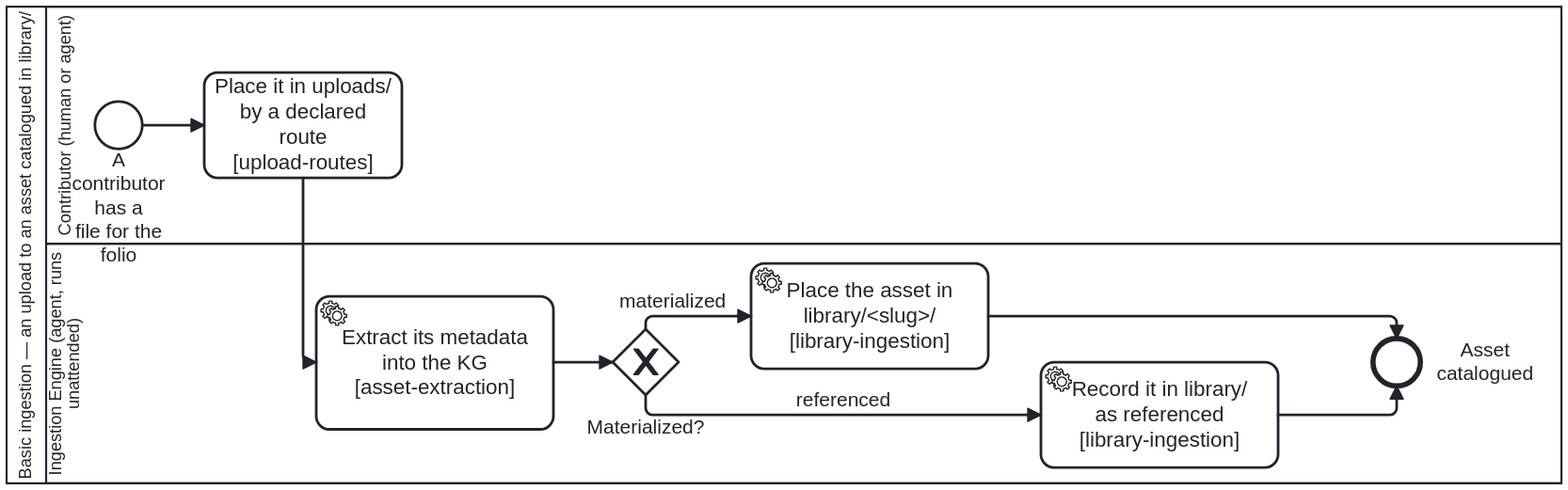
This is docs/assets/img/workflows/document-ingestion.svg from litlfred/cat-harness, a BPMN export, as it was before one commit. Its source is kept beside it as processes/library/document-ingestion.bpmn. Ids are renumbered. Source of this version:
```xml
<!--
  folio-assistant — Basic ingestion — an upload to an asset catalogued in library/.

  Source of truth: this file. Open it in bpmn.io, Camunda Modeler, or any other
  BPMN 2.0 tool. The SVG under docs/assets/img/workflows/ is generated from it
  by `bun run cat render:bpmn` — never hand-edit the SVG.

  The <bootstrap.processes:skill> extension on an activity names the folio-assistant skill
  that implements it; <cat-harness.processes:bean> marks a step that reads or writes the shared
  work plan in beans/.
-->
<bpmn:definitions xmlns:bpmn="http://www.omg.org/spec/BPMN/20100524/MODEL"
                  xmlns:bpmndi="http://www.omg.org/spec/BPMN/20100524/DI"
                  xmlns:dc="http://www.omg.org/spec/DD/20100524/DC"
                  xmlns:di="http://www.omg.org/spec/DD/20100524/DI"
                  xmlns:bootstrap.processes="https://litlfred.github.io/bootstrap/v0/processes/ns#"
                  xmlns:cat-harness.processes="https://litlfred.github.io/cat-harness/v0/processes/ns#"
                  id="Definitions_Ingestion"
                  targetNamespace="https://litlfred.github.io/folio-assistant/workflows"
                  exporter="folio-assistant" exporterVersion="1">
  <bpmn:import namespace="https://litlfred.github.io/bootstrap/v0/processes/ns#" location="https://litlfred.github.io/bootstrap/v0/processes/ns.jsonld" importType="http://www.w3.org/ns/json-ld"/>
  <bpmn:resource id="ingestion-agent" name="Ingestion engine"/>
  <bpmn:resource id="user" name="User"/>
  <bpmn:collaboration id="Collaboration_Ingestion">
    <bpmn:participant id="Participant_Ingestion" name="Basic ingestion — an upload to an asset catalogued in library/" processRef="Process_Ingestion" />
  </bpmn:collaboration>
  <bpmn:process id="Process_Ingestion" name="Basic ingestion — an upload to an asset catalogued in library/" isExecutable="false">
    <bpmn:documentation>Accepts an upload, records its extracted metadata in the knowledge graph, and catalogues the asset in `library/` — held if materialized, referenced if not. folio-assistant — Basic ingestion — an upload to an asset catalogued in library/.

  Source of truth: this file. Open it in bpmn.io, Camunda Modeler, or any other
  BPMN 2.0 tool. The SVG under docs/assets/img/workflows/ is generated from it
  by `bun run cat render:bpmn` — never hand-edit the SVG.

  The &lt;bootstrap.processes:skill&gt; extension on an activity names the folio-assistant skill
  that implements it; &lt;cat-harness.processes:bean&gt; marks a step that reads or writes the shared
  work plan in beans/.

REWRITTEN AS THE BASIC FLOW in placement PR6 (bean `apcg`; owner ruling 3, 2026-09-30): "only basic doc ingestion high level workflow in cat-harness. very little process context assumed. just that the uploaded asset has extracted metadata inserted into KG and asset in library/ (if materialized)." Accept, extract the metadata into the KG, ask whether the asset is materialized, place it in library/&lt;slug&gt;/. It calls NO subprocess and makes no content-type decision.

THE ID `Process_Ingestion` IS KEPT ON PURPOSE: `methodology-from-source.bpmn`'s Call_Ingest names it, and so does every higher-layer process that refines this flow. Refinement is by INVERSION — a refining process calls this one as its first step and continues with its own work; nothing here names a refinement, because the corpus has no BPMN extension point and a harness diagram naming a higher one would be an upward edge. The document pipeline that used to be this diagram's body (rungs, the four ingest phases, the L1 completeness gate, promotion, the summary queue) is such a refinement now, in the layer above.</bpmn:documentation>
    <bpmn:extensionElements>
      <cat-harness.processes:policy enforcement="advisory" />
    </bpmn:extensionElements>
    <bpmn:laneSet id="Process_Ingestion_LaneSet">
      <bpmn:lane id="Lane_0" name="Contributor (human or agent)" partitionElementRef="user">
        <bpmn:documentation>Whoever puts the file in the queue. UNDOCUMENTED UNTIL 2026-09-30, and legitimately so until then: the lane held nothing but a start event, and a lane with no activity has no performer to describe. Task_Place gave it one.

"HUMAN OR AGENT" IS A MEASUREMENT, NOT A HEDGE. Over this repository's own history both have stood here: files have reached a queue in commits authored by `Carl Leitner` (including 16 made through the forge's web form, committer `GitHub`) and in commits authored by `Claude`. That is why Task_Place is a plain `bpmn:task` rather than a `userTask` — asserting a human performs it would contradict the lane's own role graph, which is what `activity-fulfilment-kind` exists to catch.

WHAT THE LANE IS ACCOUNTABLE FOR, and where it ends. Choosing a route, writing the bytes into the DECLARED queue of the instance that will own them, and discharging afterwards whatever that route could not — the web form has no working tree, so no pre-commit hook and no generator runs on it. The lane does NOT ingest and does not clean the queue: it hands over, and Lane_1 takes it from there. `upload-routes` carries the routes and their obligations.</bpmn:documentation>
        <bpmn:flowNodeRef>StartEvent_Dropped</bpmn:flowNodeRef>
        <bpmn:flowNodeRef>Task_Place</bpmn:flowNodeRef>
      </bpmn:lane>
      <bpmn:lane id="Lane_1" name="Ingestion Engine (agent, runs unattended)" partitionElementRef="ingestion-agent">
        <bpmn:documentation>Runs the basic flow from the metadata step to the placement in library/, unattended: every decision in it is decidable from the material and its declarations. It asks one question — is the asset materialized? — and that is answered from the materialization state vocabulary (`schemas/kg/materialization-state.ts`, placement PR5), not by judgement. It does NOT choose a reader for the bytes, derive sections or blocks, or describe images: those are a refining process's work, which calls this flow first.

THE FLOW ENDS IN THIS LANE. The asset catalogued in library/ — held, or recorded as referenced — is the terminal state, and every knowledge-graph reference to it resolves through library/ from here; a refining process continues from it rather than being drawn into this one. There is no separate corpus lane: it would hold only the end event, and a lane with no activity has no performer to describe.</bpmn:documentation>
        <bpmn:flowNodeRef>Task_ExtractMetadata</bpmn:flowNodeRef>
        <bpmn:flowNodeRef>Gateway_Materialized</bpmn:flowNodeRef>
        <bpmn:flowNodeRef>Task_PlaceInLibrary</bpmn:flowNodeRef>
        <bpmn:flowNodeRef>Task_CatalogueReference</bpmn:flowNodeRef>
        <bpmn:flowNodeRef>EndEvent_Catalogued</bpmn:flowNodeRef>
      </bpmn:lane>
    </bpmn:laneSet>
    <bpmn:startEvent id="StartEvent_Dropped" name="A contributor has a
file for the folio">
      <bpmn:documentation>ONE OF TWO ENTRY POINTS, and this said "the only" one until 2026-09-20. A drop during an editing session triggers ingestion in the background; the contributor does not wait for it.

THE OTHER is materialization: an asset listed in a remote graph that this instance, or one of its dependencies, declares in `remoteGraphs`. Owner, 2026-09-20: "things can enter library through uploads/ -&gt; library/ document ingestion or through retrieval / materialization of asset known through listed external KG in one of the dependent harnesses."

That path runs materialize-remote.bpmn FIRST -- purpose, then the five gates -- and re-enters at the metadata step with a file that already carries its provenance and its fixity. It does NOT pass through uploads/, and that is deliberate: uploads/ is a queue for things somebody dropped, and a materialized asset was never dropped. Recording it as an upload would lose the one fact that distinguishes the two, which is that somebody decided it could be held.

RENAMED 2026-09-30, and the id is deliberately unchanged. This event was named "A file lands in uploads/" — an ARRIVAL, which is why the owner could say the chain's first link was missing: the process began after the file was already in the queue, so nothing in it modelled, governed or documented how the file got there. Task_Place is that step, and an event named for the arrival could not sit in front of it without contradicting it. The id stays `StartEvent_Dropped` because it is referenced from `skills/library/library-core/content-acquisition.md` and from five translation catalogues, and an id is an identifier rather than a description.</bpmn:documentation>
      <bpmn:outgoing>Flow_i1</bpmn:outgoing>
    </bpmn:startEvent>
    <bpmn:task id="Task_Place" name="Place it in uploads/
by a declared route
[upload-routes]">
      <bpmn:documentation>THE FIRST LINK, and it did not exist until 2026-09-30. Everything downstream of here takes a file that is already in the queue, and both ingest Tools type their first input as "The upload to ingest, under the declared `uploads` graph". So the act of PUTTING it there was performed by three different mechanisms and governed by none of them.

WHAT THIS STEP IS. The basic flow's ACCEPT step: choosing an arrival route, writing the bytes into the declared queue of the instance that will own them, and discharging what that route does not discharge for you. The routes, what each writer owes, and the two that are mechanisms against the one that is a persona are in the `upload-routes` skill; `upload-url` composes the forge URL for the web route from the declaration rather than from a literal, because a hand-written one 404'd.

WHY A PLAIN `bpmn:task` AND NOT A `userTask`. A `userTask` asserts a human performs it, and this lane is named "Contributor (human or agent)" precisely because both do — measured over this repository's own history, files have reached `uploads/` in commits authored by `Carl Leitner` and in commits authored by `Claude`. Asserting human-only here would be the `activity-fulfilment-kind` contradiction written deliberately: the diagram saying one thing and the lane's role graph another. A plain task asserts nothing about the performer, which is the truth.

WHY THE BEAN OP IS `note` AND NOT `claim`. Placing a file claims nothing; it adds to a queue. What it owes the work plan is visibility — three batches of PDFs arrived through the forge's web UI (`c8349950fa5`, `f4ddfc65c8d`, `b8549160bb1`) with no bean, no PR and no note, and the first sibling to notice was a generator going stale. A note against the ingestion bean is what makes the queue's growth something another session can see.</bpmn:documentation>
      <bpmn:extensionElements>
        <bootstrap.processes:skill ref="upload-routes" />
        <cat-harness.processes:bean op="note" />
      </bpmn:extensionElements>
      <bpmn:incoming>Flow_i1</bpmn:incoming>
      <bpmn:outgoing>Flow_i2</bpmn:outgoing>
    </bpmn:task>
    <bpmn:serviceTask id="Task_ExtractMetadata" name="Extract its metadata
into the KG
[asset-extraction]">
      <bpmn:documentation>THE METADATA STEP. What enters the knowledge graph is the asset's INDEX — what it is, how big, what type, when it says it was written — and, for a container, what is in it; its contents do not go in unless somebody asks, with a reason. Owner, 2026-09-20: "make sure you have zip ingestion skills to extract metadata of assets into KG. don't extract contents unless explict ask by user." The tool is `cat-harness-tools/scripts/extract-assets.ts`, writing a `folio-extraction/v1` record (`schemas/content/extraction.ts`, moved down to this layer in placement PR5).

The media type is sniffed from the leading bytes, never taken from the extension.</bpmn:documentation>
      <bpmn:extensionElements>
        <bootstrap.processes:skill ref="asset-extraction" />
      </bpmn:extensionElements>
      <bpmn:incoming>Flow_i2</bpmn:incoming>
      <bpmn:outgoing>Flow_i3</bpmn:outgoing>
    </bpmn:serviceTask>
    <bpmn:exclusiveGateway id="Gateway_Materialized" name="Materialized?">
      <bpmn:documentation>Answered from the materialization state (`schemas/kg/materialization-state.ts`): `materialized` means the bytes are here; `referenced` means we know where they are and hold none. `unknown` is not a third branch here because a node must DECLARE its state — there is no default — and an asset this flow cannot classify is recorded as referenced-with-a-reason rather than placed as if held. Collapsing referenced into materialized is the failure the vocabulary exists to stop: corpus-grep searches library/ only, so a referenced node placed as held reads as present to every consumer.</bpmn:documentation>
      <bpmn:incoming>Flow_i3</bpmn:incoming>
      <bpmn:outgoing>Flow_held</bpmn:outgoing>
      <bpmn:outgoing>Flow_referenced</bpmn:outgoing>
    </bpmn:exclusiveGateway>
    <bpmn:serviceTask id="Task_PlaceInLibrary" name="Place the asset in
library/&lt;slug&gt;/
[library-ingestion]">
      <bpmn:documentation>The materialized branch. The asset lands in library/&lt;slug&gt;/ with its metadata record, its provenance and its fixity. The folder name IS the citation key, so a citation and a directory are the same string.

The upload is then RETIRED, not left and not deleted: it moves to fsh-guts/uploads/ beside a sidecar naming where it came from and when (owner, 2026-09-29), and `check:uploads-retired` finds one that was not. A refining process that derives content from the bytes does so before that retirement; `library-ingestion` carries the rule.</bpmn:documentation>
      <bpmn:extensionElements>
        <bootstrap.processes:skill ref="library-ingestion" />
      </bpmn:extensionElements>
      <bpmn:incoming>Flow_held</bpmn:incoming>
      <bpmn:outgoing>Flow_held_done</bpmn:outgoing>
    </bpmn:serviceTask>
    <bpmn:serviceTask id="Task_CatalogueReference" name="Record it in library/
as referenced
[library-ingestion]">
      <bpmn:documentation>The referenced branch. Nothing is fetched and no bytes are written: the catalogue record says where the asset is and that we hold none. A reference is not a fetch — it stays navigable without being held, and materializing it later is `materialize-remote.bpmn`'s decision, with its purpose and five gates, not this flow's.</bpmn:documentation>
      <bpmn:extensionElements>
        <bootstrap.processes:skill ref="library-ingestion" />
      </bpmn:extensionElements>
      <bpmn:incoming>Flow_referenced</bpmn:incoming>
      <bpmn:outgoing>Flow_referenced_done</bpmn:outgoing>
    </bpmn:serviceTask>
    <bpmn:endEvent id="EndEvent_Catalogued" name="Asset catalogued">
      <bpmn:incoming>Flow_held_done</bpmn:incoming>
      <bpmn:incoming>Flow_referenced_done</bpmn:incoming>
    </bpmn:endEvent>
    <bpmn:sequenceFlow id="Flow_i1" sourceRef="StartEvent_Dropped" targetRef="Task_Place" />
    <bpmn:sequenceFlow id="Flow_i2" sourceRef="Task_Place" targetRef="Task_ExtractMetadata" />
    <bpmn:sequenceFlow id="Flow_i3" sourceRef="Task_ExtractMetadata" targetRef="Gateway_Materialized" />
    <bpmn:sequenceFlow id="Flow_held" name="materialized" sourceRef="Gateway_Materialized" targetRef="Task_PlaceInLibrary" />
    <bpmn:sequenceFlow id="Flow_referenced" name="referenced" sourceRef="Gateway_Materialized" targetRef="Task_CatalogueReference" />
    <bpmn:sequenceFlow id="Flow_held_done" sourceRef="Task_PlaceInLibrary" targetRef="EndEvent_Catalogued" />
    <bpmn:sequenceFlow id="Flow_referenced_done" sourceRef="Task_CatalogueReference" targetRef="EndEvent_Catalogued" />
  </bpmn:process>
  <bpmndi:BPMNDiagram id="Diagram_Ingestion">
    <bpmndi:BPMNPlane id="Plane_Ingestion" bpmnElement="Collaboration_Ingestion">
      <bpmndi:BPMNShape id="Participant_Ingestion_di" bpmnElement="Participant_Ingestion" isHorizontal="true"><dc:Bounds x="160" y="80" width="1180" height="362" /></bpmndi:BPMNShape>
      <bpmndi:BPMNShape id="Lane_0_di" bpmnElement="Lane_0" isHorizontal="true"><dc:Bounds x="190" y="80" width="1150" height="180" /></bpmndi:BPMNShape>
      <bpmndi:BPMNShape id="Lane_1_di" bpmnElement="Lane_1" isHorizontal="true"><dc:Bounds x="190" y="260" width="1150" height="182" /></bpmndi:BPMNShape>
      <bpmndi:BPMNShape id="StartEvent_Dropped_di" bpmnElement="StartEvent_Dropped"><dc:Bounds x="227" y="152" width="36" height="36" /></bpmndi:BPMNShape>
      <bpmndi:BPMNShape id="Task_Place_di" bpmnElement="Task_Place"><dc:Bounds x="310" y="130" width="150" height="80" /></bpmndi:BPMNShape>
      <bpmndi:BPMNShape id="Task_ExtractMetadata_di" bpmnElement="Task_ExtractMetadata"><dc:Bounds x="395" y="299.5" width="180" height="101" /></bpmndi:BPMNShape>
      <bpmndi:BPMNShape id="Gateway_Materialized_di" bpmnElement="Gateway_Materialized" isMarkerVisible="true"><dc:Bounds x="620" y="325" width="50" height="50" />
        <bpmndi:BPMNLabel><dc:Bounds x="600" y="390.5" width="90" height="17" /></bpmndi:BPMNLabel>
      </bpmndi:BPMNShape>
      <bpmndi:BPMNShape id="Task_PlaceInLibrary_di" bpmnElement="Task_PlaceInLibrary"><dc:Bounds x="725" y="275" width="180" height="80" /></bpmndi:BPMNShape>
      <bpmndi:BPMNShape id="Task_CatalogueReference_di" bpmnElement="Task_CatalogueReference"><dc:Bounds x="945" y="350" width="180" height="80" /></bpmndi:BPMNShape>
      <bpmndi:BPMNShape id="EndEvent_Catalogued_di" bpmnElement="EndEvent_Catalogued"><dc:Bounds x="1197" y="332" width="36" height="36" />

      <bpmndi:BPMNLabel><dc:Bounds x="1237" y="332" width="90" height="36" /></bpmndi:BPMNLabel></bpmndi:BPMNShape>
      <bpmndi:BPMNEdge id="Flow_i1_di" bpmnElement="Flow_i1"><di:waypoint x="263" y="170" /><di:waypoint x="310" y="170" /></bpmndi:BPMNEdge>
      <bpmndi:BPMNEdge id="Flow_i2_di" bpmnElement="Flow_i2">
        <di:waypoint x="385" y="210" />
        <di:waypoint x="385" y="350" />
        <di:waypoint x="395" y="350" />
      </bpmndi:BPMNEdge>
      <bpmndi:BPMNEdge id="Flow_i3_di" bpmnElement="Flow_i3">
        <di:waypoint x="575" y="350" />
        <di:waypoint x="620" y="350" />
      </bpmndi:BPMNEdge>
      <bpmndi:BPMNEdge id="Flow_held_di" bpmnElement="Flow_held">
        <di:waypoint x="645" y="325" />
        <di:waypoint x="645" y="315" />
        <di:waypoint x="725" y="315" />
        <bpmndi:BPMNLabel><dc:Bounds x="620" y="295" width="90" height="17" /></bpmndi:BPMNLabel>
      </bpmndi:BPMNEdge>
      <bpmndi:BPMNEdge id="Flow_referenced_di" bpmnElement="Flow_referenced">
        <di:waypoint x="645" y="375" />
        <di:waypoint x="645" y="390" />
        <di:waypoint x="945" y="390" />
        <bpmndi:BPMNLabel><dc:Bounds x="750" y="370" width="90" height="17" /></bpmndi:BPMNLabel>
      </bpmndi:BPMNEdge>
      <bpmndi:BPMNEdge id="Flow_held_done_di" bpmnElement="Flow_held_done">
        <di:waypoint x="905" y="315" />
        <di:waypoint x="1215" y="315" />
        <di:waypoint x="1215" y="332" />
      </bpmndi:BPMNEdge>
      <bpmndi:BPMNEdge id="Flow_referenced_done_di" bpmnElement="Flow_referenced_done">
        <di:waypoint x="1125" y="390" />
        <di:waypoint x="1215" y="390" />
        <di:waypoint x="1215" y="368" />
      </bpmndi:BPMNEdge>
    </bpmndi:BPMNPlane>
  </bpmndi:BPMNDiagram>
</bpmn:definitions>
```
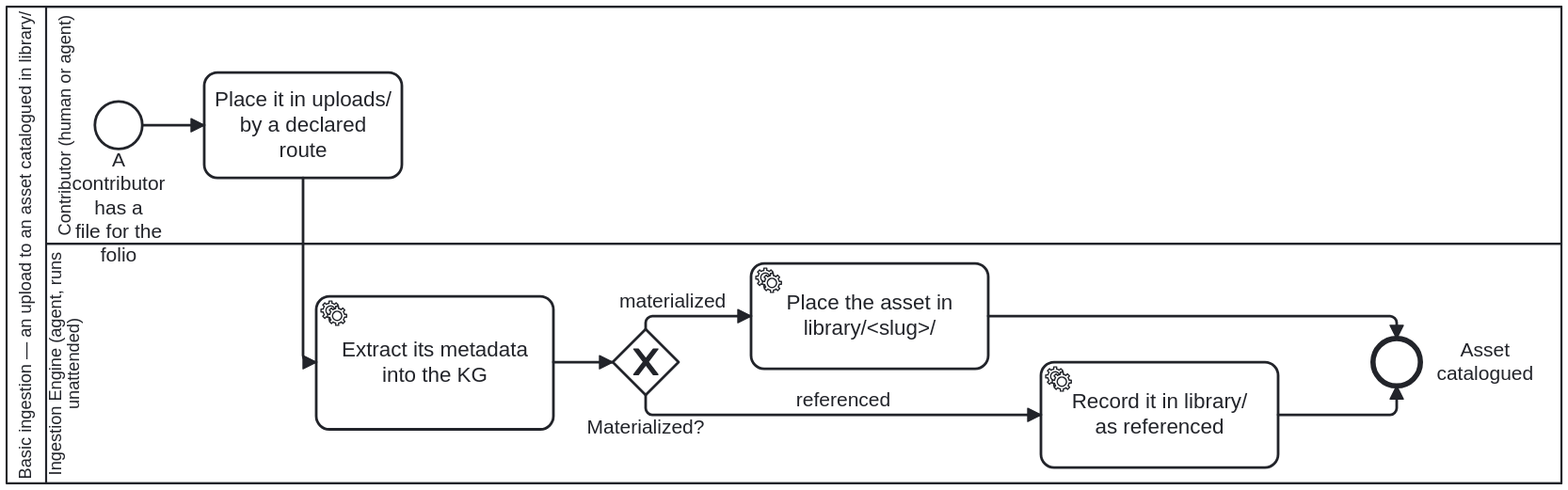
After the change.

What changed in the source:
```diff
@@ -74,8 +74,7 @@
       <bpmn:outgoing>Flow_i1</bpmn:outgoing>
     </bpmn:startEvent>
     <bpmn:task id="Task_Place" name="Place it in uploads/
-by a declared route
-[upload-routes]">
+by a declared route">
       <bpmn:documentation>THE FIRST LINK, and it did not exist until 2026-09-30. Everything downstream of here takes a file that is already in the queue, and both ingest Tools type their first input as "The upload to ingest, under the declared `uploads` graph". So the act of PUTTING it there was performed by three different mechanisms and governed by none of them.
 
 WHAT THIS STEP IS. The basic flow's ACCEPT step: choosing an arrival route, writing the bytes into the declared queue of the instance that will own them, and discharging what that route does not discharge for you. The routes, what each writer owes, and the two that are mechanisms against the one that is a persona are in the `upload-routes` skill; `upload-url` composes the forge URL for the web route from the declaration rather than from a literal, because a hand-written one 404'd.
@@ -91,8 +90,7 @@
       <bpmn:outgoing>Flow_i2</bpmn:outgoing>
     </bpmn:task>
     <bpmn:serviceTask id="Task_ExtractMetadata" name="Extract its metadata
-into the KG
-[asset-extraction]">
+into the KG">
       <bpmn:documentation>THE METADATA STEP. What enters the knowledge graph is the asset's INDEX — what it is, how big, what type, when it says it was written — and, for a container, what is in it; its contents do not go in unless somebody asks, with a reason. Owner, 2026-09-20: "make sure you have zip ingestion skills to extract metadata of assets into KG. don't extract contents unless explict ask by user." The tool is `cat-harness-tools/scripts/extract-assets.ts`, writing a `folio-extraction/v1` record (`schemas/content/extraction.ts`, moved down to this layer in placement PR5).
 
 The media type is sniffed from the leading bytes, never taken from the extension.</bpmn:documentation>
@@ -109,8 +107,7 @@
       <bpmn:outgoing>Flow_referenced</bpmn:outgoing>
     </bpmn:exclusiveGateway>
     <bpmn:serviceTask id="Task_PlaceInLibrary" name="Place the asset in
-library/&lt;slug&gt;/
-[library-ingestion]">
+library/&lt;slug&gt;/">
       <bpmn:documentation>The materialized branch. The asset lands in library/&lt;slug&gt;/ with its metadata record, its provenance and its fixity. The folder name IS the citation key, so a citation and a directory are the same string.
 
 The upload is then RETIRED, not left and not deleted: it moves to fsh-guts/uploads/ beside a sidecar naming where it came from and when (owner, 2026-09-29), and `check:uploads-retired` finds one that was not. A refining process that derives content from the bytes does so before that retirement; `library-ingestion` carries the rule.</bpmn:documentation>
@@ -121,8 +118,7 @@
       <bpmn:outgoing>Flow_held_done</bpmn:outgoing>
     </bpmn:serviceTask>
     <bpmn:serviceTask id="Task_CatalogueReference" name="Record it in library/
-as referenced
-[library-ingestion]">
+as referenced">
       <bpmn:documentation>The referenced branch. Nothing is fetched and no bytes are written: the catalogue record says where the asset is and that we hold none. A reference is not a fetch — it stays navigable without being held, and materializing it later is `materialize-remote.bpmn`'s decision, with its purpose and five gates, not this flow's.</bpmn:documentation>
       <bpmn:extensionElements>
         <bootstrap.processes:skill ref="library-ingestion" />
```
